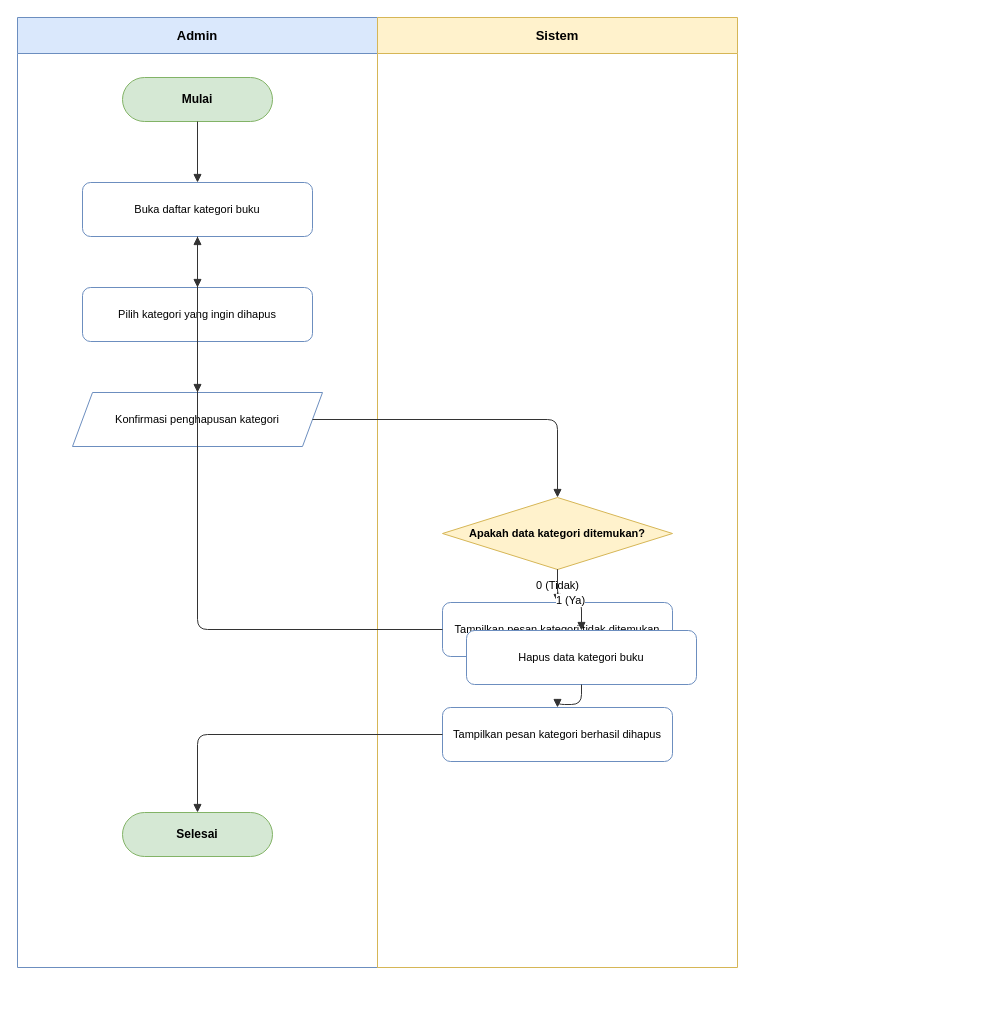
dimstyle/ruang-baca keeps this draw.io diagram as docs/diagrams/activity/activity-deletecategory.drawio. Above is the earlier version. Source tidied: cells renumbered, new cells numbered last; positions are measured from the earlier drawing's top-left corner, leaving out a move shared by most shapes. Both pictures are drawn from the tidied source at 100%, with x=0, y=0 at pixel (17, 17).
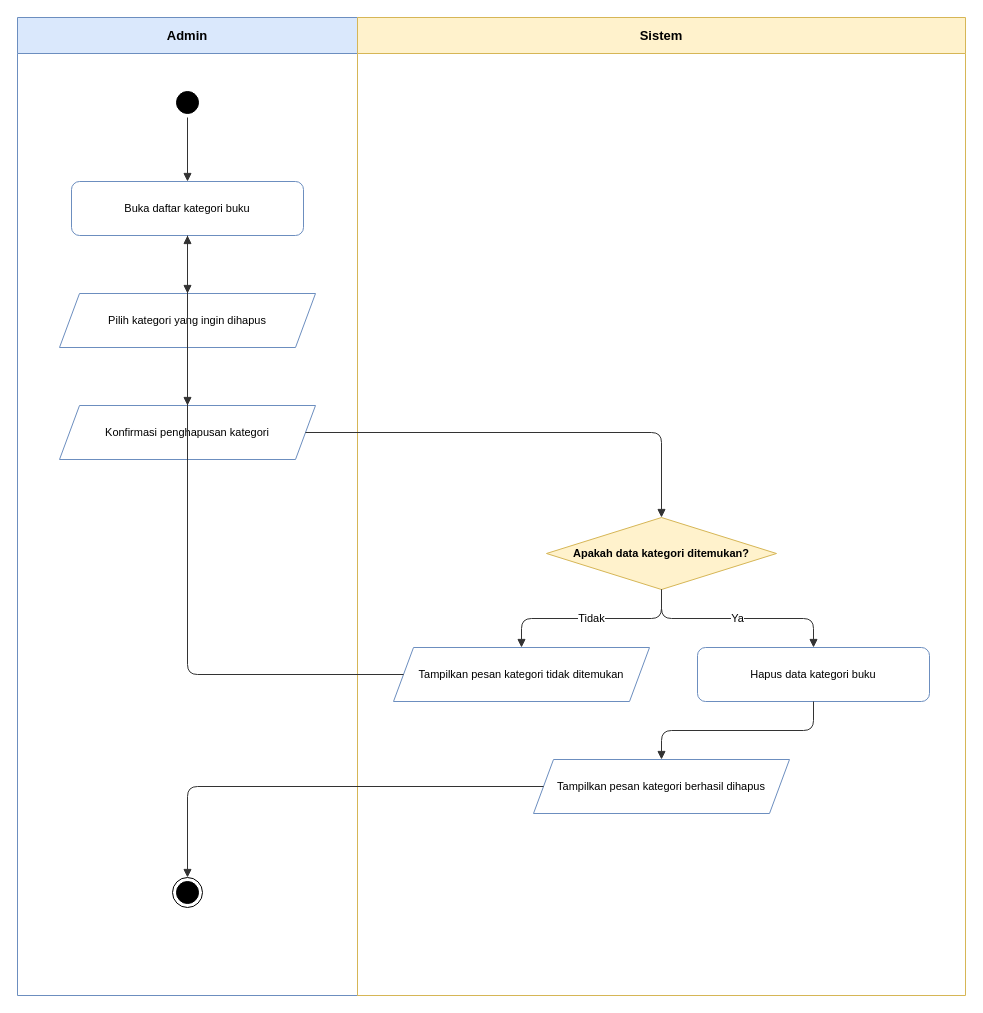
Above is the later version.

The edit, as a diff of the source:
```diff
@@
     <mxCell id="2" value="Admin" style="swimlane;whiteSpace=wrap;html=1;startSize=36;fillColor=#dae8fc;strokeColor=#6c8ebf;fontStyle=1;fontSize=13;" parent="1" vertex="1">
-      <mxGeometry width="360" height="950" as="geometry" />
+      <mxGeometry width="340" height="978" as="geometry" />
     </mxCell>
     <mxCell id="3" value="Sistem" style="swimlane;whiteSpace=wrap;html=1;startSize=36;fillColor=#fff2cc;strokeColor=#d6b656;fontStyle=1;fontSize=13;" parent="1" vertex="1">
-      <mxGeometry x="360" width="360" height="950" as="geometry" />
+      <mxGeometry x="340" width="608" height="978" as="geometry" />
     </mxCell>
-    <mxCell id="4" value="Mulai" style="rounded=1;whiteSpace=wrap;html=1;arcSize=50;fillColor=#d5e8d4;strokeColor=#82b366;fontStyle=1;fontSize=12;" parent="2" vertex="1">
-      <mxGeometry x="105" y="60" width="150" height="44" as="geometry" />
+    <mxCell id="4" style="ellipse;html=1;shape=startState;fillColor=#000000;strokeColor=#000000;" parent="2" vertex="1">
+      <mxGeometry x="155" y="70" width="30" height="30" as="geometry" />
     </mxCell>
     <mxCell id="5" value="Buka daftar kategori buku" style="rounded=1;whiteSpace=wrap;html=1;fillColor=#ffffff;strokeColor=#6c8ebf;fontSize=11;" parent="2" vertex="1">
-      <mxGeometry x="65" y="165" width="230" height="54" as="geometry" />
+      <mxGeometry x="54" y="164" width="232" height="54" as="geometry" />
     </mxCell>
-    <mxCell id="6" value="Pilih kategori yang ingin dihapus" style="rounded=1;whiteSpace=wrap;html=1;fillColor=#ffffff;strokeColor=#6c8ebf;fontSize=11;" parent="2" vertex="1">
-      <mxGeometry x="65" y="270" width="230" height="54" as="geometry" />
+    <mxCell id="6" value="Pilih kategori yang ingin dihapus" style="shape=parallelogram;perimeter=parallelogramPerimeter;whiteSpace=wrap;html=1;fixedSize=1;fillColor=#ffffff;strokeColor=#6c8ebf;fontSize=11;" parent="2" vertex="1">
+      <mxGeometry x="42" y="276" width="256" height="54" as="geometry" />
     </mxCell>
     <mxCell id="7" value="Konfirmasi penghapusan kategori" style="shape=parallelogram;perimeter=parallelogramPerimeter;whiteSpace=wrap;html=1;fixedSize=1;fillColor=#ffffff;strokeColor=#6c8ebf;fontSize=11;" parent="2" vertex="1">
-      <mxGeometry x="55" y="375" width="250" height="54" as="geometry" />
+      <mxGeometry x="42" y="388" width="256" height="54" as="geometry" />
     </mxCell>
-    <mxCell id="8" value="Selesai" style="rounded=1;whiteSpace=wrap;html=1;arcSize=50;fillColor=#d5e8d4;strokeColor=#82b366;fontStyle=1;fontSize=12;" parent="2" vertex="1">
-      <mxGeometry x="105" y="795" width="150" height="44" as="geometry" />
+    <mxCell id="8" style="ellipse;html=1;shape=endState;fillColor=#000000;strokeColor=#000000;" parent="2" vertex="1">
+      <mxGeometry x="155" y="860" width="30" height="30" as="geometry" />
     </mxCell>
     <mxCell id="9" value="Apakah data kategori ditemukan?" style="rhombus;whiteSpace=wrap;html=1;fillColor=#fff2cc;strokeColor=#d6b656;fontStyle=1;fontSize=11;" parent="3" vertex="1">
-      <mxGeometry x="65" y="480" width="230" height="72" as="geometry" />
+      <mxGeometry x="189" y="500" width="230" height="72" as="geometry" />
     </mxCell>
-    <mxCell id="10" value="Tampilkan pesan kategori tidak ditemukan" style="rounded=1;whiteSpace=wrap;html=1;fillColor=#ffffff;strokeColor=#6c8ebf;fontSize=11;" parent="3" vertex="1">
-      <mxGeometry x="65" y="585" width="230" height="54" as="geometry" />
+    <mxCell id="10" value="Tampilkan pesan kategori tidak ditemukan" style="shape=parallelogram;perimeter=parallelogramPerimeter;whiteSpace=wrap;html=1;fixedSize=1;fillColor=#ffffff;strokeColor=#6c8ebf;fontSize=11;" parent="3" vertex="1">
+      <mxGeometry x="36" y="630" width="256" height="54" as="geometry" />
     </mxCell>
     <mxCell id="11" value="Hapus data kategori buku" style="rounded=1;whiteSpace=wrap;html=1;fillColor=#ffffff;strokeColor=#6c8ebf;fontSize=11;" parent="3" vertex="1">
-      <mxGeometry x="89" y="613" width="230" height="54" as="geometry" />
+      <mxGeometry x="340" y="630" width="232" height="54" as="geometry" />
     </mxCell>
-    <mxCell id="12" value="Tampilkan pesan kategori berhasil dihapus" style="rounded=1;whiteSpace=wrap;html=1;fillColor=#ffffff;strokeColor=#6c8ebf;fontSize=11;" parent="3" vertex="1">
-      <mxGeometry x="65" y="690" width="230" height="54" as="geometry" />
+    <mxCell id="12" value="Tampilkan pesan kategori berhasil dihapus" style="shape=parallelogram;perimeter=parallelogramPerimeter;whiteSpace=wrap;html=1;fixedSize=1;fillColor=#ffffff;strokeColor=#6c8ebf;fontSize=11;" parent="3" vertex="1">
+      <mxGeometry x="176" y="742" width="256" height="54" as="geometry" />
     </mxCell>
@@
-    <mxCell id="17" value="0 (Tidak)" style="edgeStyle=orthogonalEdgeStyle;rounded=1;jettySize=auto;html=1;endArrow=block;endFill=1;strokeColor=#333333;fontSize=11;labelBackgroundColor=#ffffff;" parent="1" edge="1" source="9" target="10">
+    <mxCell id="17" value="Tidak" style="edgeStyle=orthogonalEdgeStyle;rounded=1;jettySize=auto;html=1;endArrow=block;endFill=1;strokeColor=#333333;fontSize=11;labelBackgroundColor=#ffffff;" parent="1" edge="1" source="9" target="10">
       <mxGeometry relative="1" as="geometry" />
     </mxCell>
@@
-    <mxCell id="19" value="1 (Ya)" style="edgeStyle=orthogonalEdgeStyle;rounded=1;jettySize=auto;html=1;endArrow=block;endFill=1;strokeColor=#333333;fontSize=11;labelBackgroundColor=#ffffff;" parent="1" edge="1" source="9" target="11">
+    <mxCell id="19" value="Ya" style="edgeStyle=orthogonalEdgeStyle;rounded=1;jettySize=auto;html=1;endArrow=block;endFill=1;strokeColor=#333333;fontSize=11;labelBackgroundColor=#ffffff;" parent="1" edge="1" source="9" target="11">
       <mxGeometry relative="1" as="geometry" />
     </mxCell>
```
